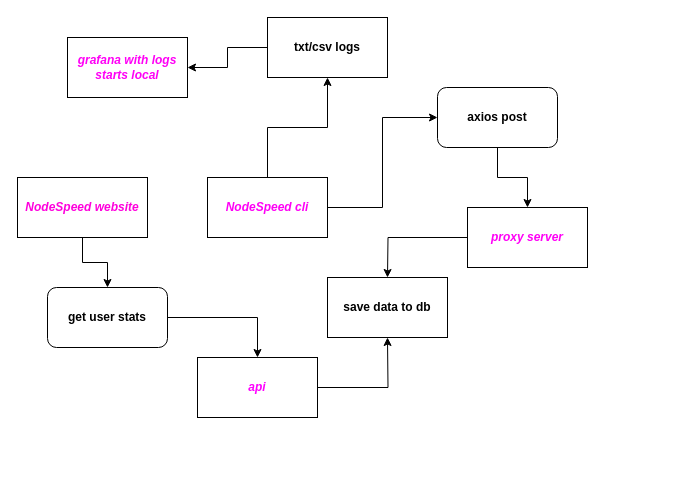
fxhxyz4/NodeSpeed keeps this draw.io diagram as assets/NodeSpeed.drawio. Above is the earlier version. Source tidied: cells renumbered, new cells numbered last; positions are measured from the earlier drawing's top-left corner, leaving out a move shared by most shapes. Both pictures are drawn from the tidied source at 100%, with x=0, y=0 at pixel (17, 17).
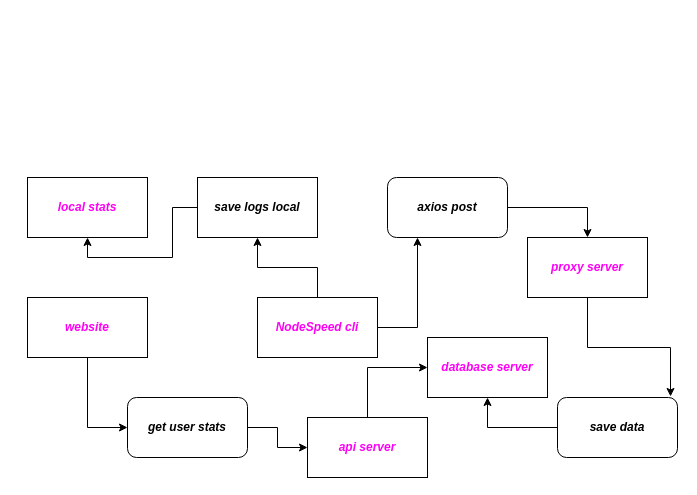
Above is the later version.

Commit message (it also covers changes not shown here):
change architecture solution

Change to the diagram source:
```diff
@@
-    <mxCell id="2" style="edgeStyle=orthogonalEdgeStyle;rounded=0;jettySize=auto;html=1;" parent="1" edge="1" source="4" target="6">
-      <mxGeometry relative="1" as="geometry" />
-    </mxCell>
+    <mxCell id="19" style="edgeStyle=orthogonalEdgeStyle;rounded=0;jettySize=auto;html=1;" parent="1" edge="1" source="4" target="23">
+      <mxGeometry relative="1" as="geometry" />
+    </mxCell>
-    <mxCell id="3" style="edgeStyle=orthogonalEdgeStyle;rounded=0;jettySize=auto;html=1;exitX=1;exitY=0.5;exitDx=0;exitDy=0;entryX=0;entryY=0.5;entryDx=0;entryDy=0;" parent="1" edge="1" source="4" target="8">
+    <mxCell id="3" style="edgeStyle=orthogonalEdgeStyle;rounded=0;jettySize=auto;html=1;entryX=0.25;entryY=1;entryDx=0;entryDy=0;" parent="1" edge="1" source="4" target="8">
       <mxGeometry relative="1" as="geometry" />
     </mxCell>
-    <mxCell id="4" value="&lt;font style=&quot;color: rgb(255, 0, 246);&quot;&gt;&lt;b&gt;&lt;i&gt;NodeSpeed cli&lt;/i&gt;&lt;/b&gt;&lt;/font&gt;" style="rounded=0;whiteSpace=wrap;html=1;" parent="1" vertex="1">
-      <mxGeometry x="190" y="160" width="120" height="60" as="geometry" />
+    <mxCell id="4" value="&lt;b&gt;&lt;i&gt;&lt;font style=&quot;color: rgb(255, 0, 246);&quot;&gt;NodeSpeed cli&lt;/font&gt;&lt;/i&gt;&lt;/b&gt;" style="rounded=0;whiteSpace=wrap;html=1;" parent="1" vertex="1">
+      <mxGeometry x="240" y="280" width="120" height="60" as="geometry" />
     </mxCell>
-    <mxCell id="5" style="edgeStyle=orthogonalEdgeStyle;rounded=0;jettySize=auto;html=1;" parent="1" edge="1" source="6" target="11">
-      <mxGeometry relative="1" as="geometry" />
-    </mxCell>
-    <mxCell id="6" value="&lt;b&gt;txt/csv logs&lt;/b&gt;" style="whiteSpace=wrap;html=1;rounded=0;" parent="1" vertex="1">
-      <mxGeometry x="250" width="120" height="60" as="geometry" />
-    </mxCell>
+    <mxCell id="20" style="edgeStyle=orthogonalEdgeStyle;rounded=0;jettySize=auto;html=1;entryX=0;entryY=0.5;entryDx=0;entryDy=0;" parent="1" edge="1" source="21" target="17">
+      <mxGeometry relative="1" as="geometry" />
+    </mxCell>
+    <mxCell id="21" value="&lt;b&gt;&lt;i&gt;&lt;font style=&quot;color: rgb(255, 0, 246);&quot;&gt;website&lt;/font&gt;&lt;/i&gt;&lt;/b&gt;" style="rounded=0;whiteSpace=wrap;html=1;" parent="1" vertex="1">
+      <mxGeometry x="10" y="280" width="120" height="60" as="geometry" />
+    </mxCell>
+    <mxCell id="22" style="edgeStyle=orthogonalEdgeStyle;rounded=0;jettySize=auto;html=1;entryX=0.5;entryY=1;entryDx=0;entryDy=0;" parent="1" edge="1" source="23" target="24">
+      <mxGeometry relative="1" as="geometry" />
+    </mxCell>
+    <mxCell id="23" value="&lt;b&gt;&lt;i&gt;save logs local&lt;/i&gt;&lt;/b&gt;" style="rounded=0;whiteSpace=wrap;html=1;" parent="1" vertex="1">
+      <mxGeometry x="180" y="160" width="120" height="60" as="geometry" />
+    </mxCell>
+    <mxCell id="24" value="&lt;b&gt;&lt;i&gt;&lt;font style=&quot;color: rgb(255, 0, 246);&quot;&gt;local stats&lt;/font&gt;&lt;/i&gt;&lt;/b&gt;" style="rounded=0;whiteSpace=wrap;html=1;" parent="1" vertex="1">
+      <mxGeometry x="10" y="160" width="120" height="60" as="geometry" />
+    </mxCell>
+    <mxCell id="10" value="&lt;i&gt;&lt;b&gt;&lt;font style=&quot;color: rgb(255, 0, 246);&quot;&gt;proxy server&lt;/font&gt;&lt;/b&gt;&lt;/i&gt;" style="rounded=0;whiteSpace=wrap;html=1;" parent="1" vertex="1">
+      <mxGeometry x="510" y="220" width="120" height="60" as="geometry" />
+    </mxCell>
+    <mxCell id="25" value="&lt;i&gt;&lt;b&gt;&lt;font style=&quot;color: rgb(255, 0, 246);&quot;&gt;database server&lt;/font&gt;&lt;/b&gt;&lt;/i&gt;" style="rounded=0;whiteSpace=wrap;html=1;" parent="1" vertex="1">
+      <mxGeometry x="410" y="320" width="120" height="60" as="geometry" />
+    </mxCell>
+    <mxCell id="26" style="edgeStyle=orthogonalEdgeStyle;rounded=0;jettySize=auto;html=1;entryX=0;entryY=0.5;entryDx=0;entryDy=0;" parent="1" edge="1" source="27" target="25">
+      <mxGeometry relative="1" as="geometry" />
+    </mxCell>
+    <mxCell id="27" value="&lt;i&gt;&lt;b&gt;&lt;font style=&quot;color: rgb(255, 0, 246);&quot;&gt;api server&lt;/font&gt;&lt;/b&gt;&lt;/i&gt;" style="rounded=0;whiteSpace=wrap;html=1;" parent="1" vertex="1">
+      <mxGeometry x="290" y="400" width="120" height="60" as="geometry" />
+    </mxCell>
-    <mxCell id="7" style="edgeStyle=orthogonalEdgeStyle;rounded=0;jettySize=auto;html=1;" parent="1" edge="1" source="8" target="10">
+    <mxCell id="7" style="edgeStyle=orthogonalEdgeStyle;rounded=0;jettySize=auto;html=1;entryX=0.5;entryY=0;entryDx=0;entryDy=0;" parent="1" edge="1" source="8" target="10">
       <mxGeometry relative="1" as="geometry" />
     </mxCell>
-    <mxCell id="8" value="&lt;b&gt;axios post&lt;/b&gt;" style="rounded=1;whiteSpace=wrap;html=1;" parent="1" vertex="1">
-      <mxGeometry x="420" y="70" width="120" height="60" as="geometry" />
+    <mxCell id="8" value="&lt;i&gt;&lt;b&gt;axios post&lt;/b&gt;&lt;/i&gt;" style="rounded=1;whiteSpace=wrap;html=1;" parent="1" vertex="1">
+      <mxGeometry x="370" y="160" width="120" height="60" as="geometry" />
     </mxCell>
-    <mxCell id="9" style="edgeStyle=orthogonalEdgeStyle;rounded=0;jettySize=auto;html=1;" parent="1" edge="1" source="10">
-      <mxGeometry relative="1" as="geometry">
-        <mxPoint x="370" y="260" as="targetPoint" />
-      </mxGeometry>
-    </mxCell>
-    <mxCell id="10" value="&lt;font style=&quot;color: rgb(255, 0, 246);&quot;&gt;&lt;b&gt;&lt;i&gt;proxy server&lt;/i&gt;&lt;/b&gt;&lt;/font&gt;" style="rounded=0;whiteSpace=wrap;html=1;" parent="1" vertex="1">
-      <mxGeometry x="450" y="190" width="120" height="60" as="geometry" />
-    </mxCell>
-    <mxCell id="11" value="&lt;b&gt;&lt;i&gt;&lt;font style=&quot;color: rgb(255, 0, 246);&quot;&gt;grafana with logs&lt;/font&gt;&lt;/i&gt;&lt;/b&gt;&lt;div&gt;&lt;b&gt;&lt;i&gt;&lt;font style=&quot;color: rgb(255, 0, 246);&quot;&gt;starts local&lt;/font&gt;&lt;/i&gt;&lt;/b&gt;&lt;/div&gt;" style="whiteSpace=wrap;html=1;rounded=0;" parent="1" vertex="1">
-      <mxGeometry x="50" y="20" width="120" height="60" as="geometry" />
-    </mxCell>
-    <mxCell id="12" style="edgeStyle=orthogonalEdgeStyle;rounded=0;jettySize=auto;html=1;exitX=0.5;exitY=1;exitDx=0;exitDy=0;entryX=0.5;entryY=0;entryDx=0;entryDy=0;" parent="1" edge="1" source="13" target="17">
-      <mxGeometry relative="1" as="geometry" />
-    </mxCell>
-    <mxCell id="13" value="&lt;b&gt;&lt;font style=&quot;color: rgb(255, 0, 221);&quot;&gt;&lt;i&gt;NodeSpeed website&lt;/i&gt;&lt;/font&gt;&lt;/b&gt;" style="rounded=0;whiteSpace=wrap;html=1;" parent="1" vertex="1">
-      <mxGeometry y="160" width="130" height="60" as="geometry" />
-    </mxCell>
-    <mxCell id="14" style="edgeStyle=orthogonalEdgeStyle;rounded=0;jettySize=auto;html=1;" parent="1" edge="1" source="15">
-      <mxGeometry relative="1" as="geometry">
-        <mxPoint x="370" y="320" as="targetPoint" />
-      </mxGeometry>
-    </mxCell>
-    <mxCell id="15" value="&lt;i&gt;&lt;b&gt;&lt;font style=&quot;color: rgb(255, 0, 255);&quot;&gt;api&lt;/font&gt;&lt;/b&gt;&lt;/i&gt;" style="whiteSpace=wrap;html=1;rounded=0;" parent="1" vertex="1">
-      <mxGeometry x="180" y="340" width="120" height="60" as="geometry" />
-    </mxCell>
-    <mxCell id="16" style="edgeStyle=orthogonalEdgeStyle;rounded=0;jettySize=auto;html=1;" parent="1" edge="1" source="17" target="15">
-      <mxGeometry relative="1" as="geometry" />
-    </mxCell>
+    <mxCell id="28" style="edgeStyle=orthogonalEdgeStyle;rounded=0;jettySize=auto;html=1;" parent="1" edge="1" source="17" target="27">
+      <mxGeometry relative="1" as="geometry" />
+    </mxCell>
-    <mxCell id="17" value="&lt;b&gt;get user stats&lt;/b&gt;" style="rounded=1;whiteSpace=wrap;html=1;" parent="1" vertex="1">
-      <mxGeometry x="30" y="270" width="120" height="60" as="geometry" />
+    <mxCell id="17" value="&lt;b&gt;&lt;i&gt;get user stats&lt;/i&gt;&lt;/b&gt;" style="rounded=1;whiteSpace=wrap;html=1;" parent="1" vertex="1">
+      <mxGeometry x="110" y="380" width="120" height="60" as="geometry" />
     </mxCell>
-    <mxCell id="18" value="&lt;b&gt;save data to db&lt;/b&gt;" style="rounded=0;whiteSpace=wrap;html=1;" parent="1" vertex="1">
-      <mxGeometry x="310" y="260" width="120" height="60" as="geometry" />
-    </mxCell>
+    <mxCell id="29" style="edgeStyle=orthogonalEdgeStyle;rounded=0;jettySize=auto;html=1;entryX=0.5;entryY=1;entryDx=0;entryDy=0;" parent="1" edge="1" source="30" target="25">
+      <mxGeometry relative="1" as="geometry" />
+    </mxCell>
+    <mxCell id="30" value="&lt;i&gt;&lt;b&gt;save data&lt;/b&gt;&lt;/i&gt;" style="rounded=1;whiteSpace=wrap;html=1;" parent="1" vertex="1">
+      <mxGeometry x="540" y="380" width="120" height="60" as="geometry" />
+    </mxCell>
+    <mxCell id="31" style="edgeStyle=orthogonalEdgeStyle;rounded=0;jettySize=auto;html=1;entryX=0.942;entryY=-0.017;entryDx=0;entryDy=0;entryPerimeter=0;" parent="1" edge="1" source="10" target="30">
+      <mxGeometry relative="1" as="geometry" />
+    </mxCell>
```
